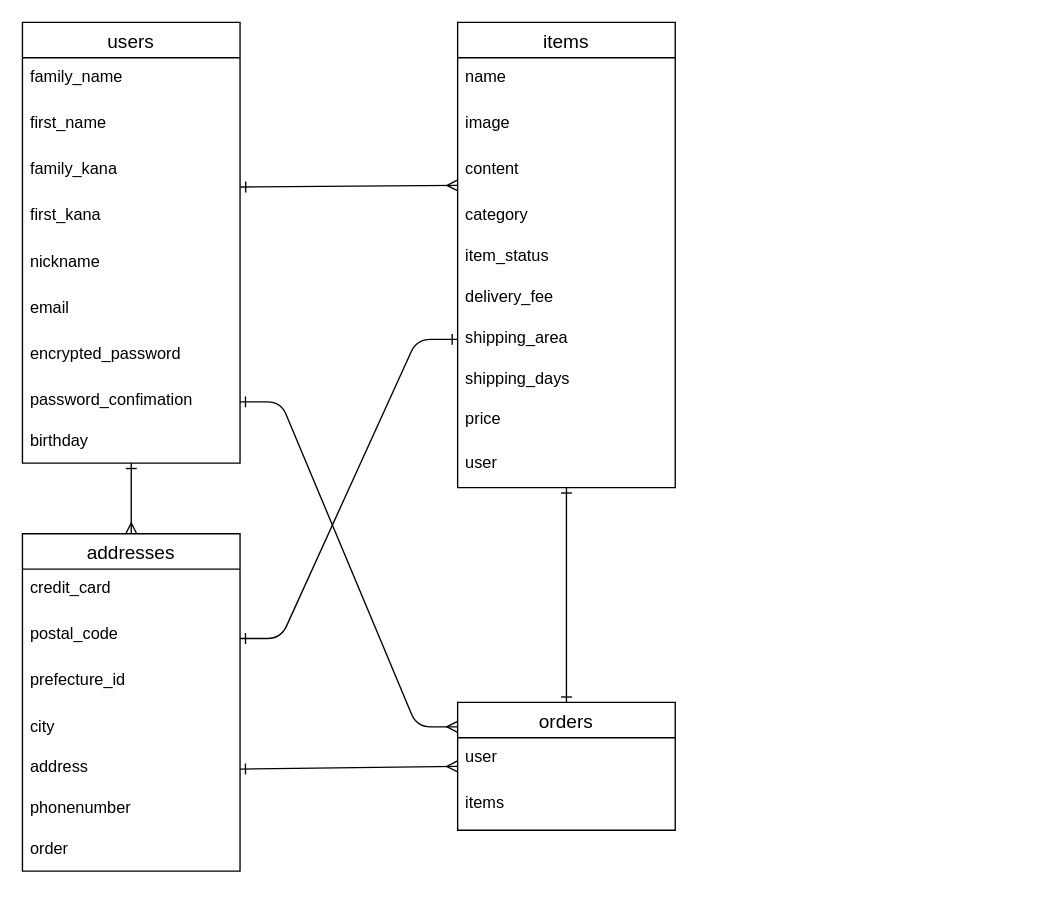
Before: test.dio in Yurika-1016/furima-33991, a draw.io diagram. Source tidied: cells renumbered, new cells numbered last; positions are measured from the earlier drawing's top-left corner, leaving out a move shared by most shapes. Both pictures are drawn from the tidied source at 136%, with x=0, y=0 at pixel (22, 22).
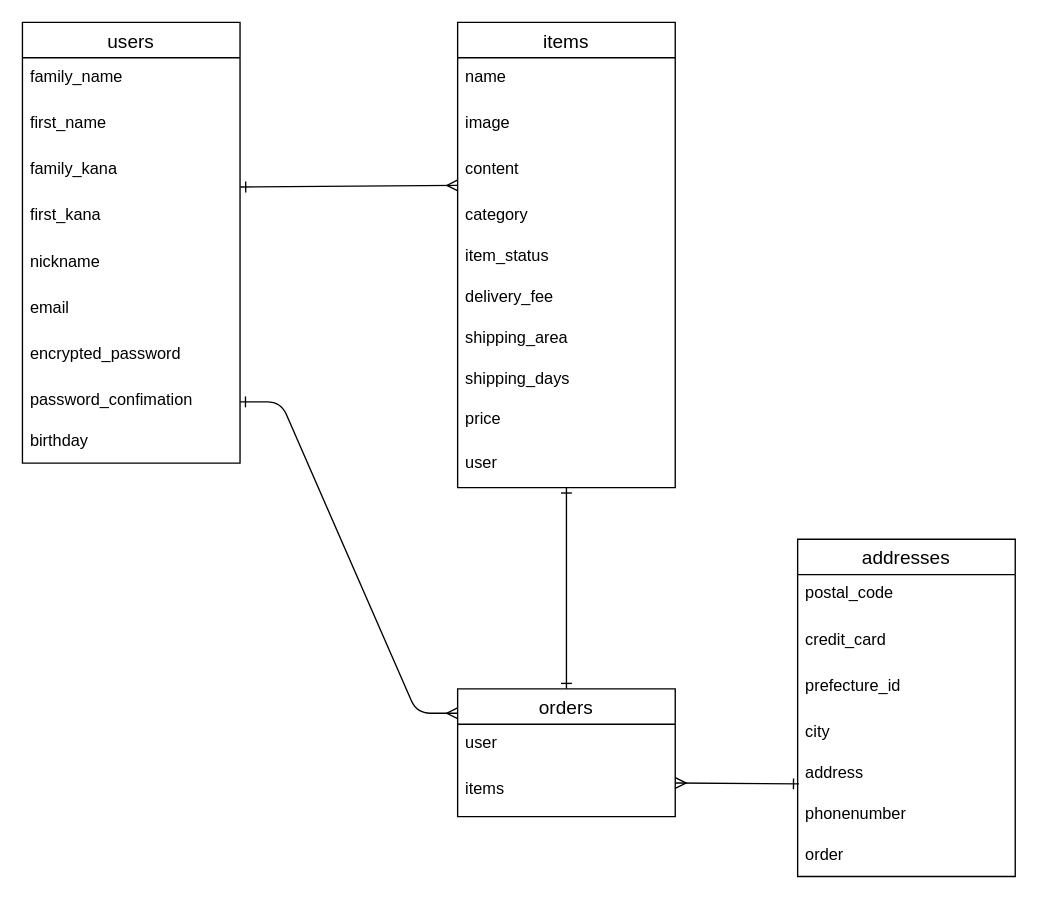
After the change.

Unchanged cells that the change refers to:
```xml
<mxCell id="4" value="users" style="swimlane;fontStyle=0;horizontal=1;startSize=26;align=center;fontSize=14;" parent="1" vertex="1">
  <mxGeometry width="160" height="324" as="geometry" />
</mxCell>
<mxCell id="23" value="shipping_area" style="text;strokeColor=none;fillColor=none;spacingLeft=4;spacingRight=4;overflow=hidden;points=[[0,0.5],[1,0.5]];portConstraint=eastwest;fontSize=12;" parent="16" vertex="1">
  <mxGeometry y="218" width="160" height="30" as="geometry" />
</mxCell>
<mxCell id="32" value="address" style="text;strokeColor=none;fillColor=none;spacingLeft=4;spacingRight=4;overflow=hidden;points=[[0,0.5],[1,0.5]];portConstraint=eastwest;fontSize=12;" parent="27" vertex="1">
  <mxGeometry y="158" width="160" height="30" as="geometry" />
</mxCell>
<mxCell id="38" value="items" style="text;strokeColor=none;fillColor=none;spacingLeft=4;spacingRight=4;overflow=hidden;points=[[0,0.5],[1,0.5]];portConstraint=eastwest;fontSize=12;" parent="36" vertex="1">
  <mxGeometry y="60" width="160" height="34" as="geometry" />
</mxCell>
```

Change to the diagram source:
```diff
@@
-    <mxCell id="3" style="edgeStyle=none;rounded=0;jettySize=auto;html=1;startArrow=ERone;startFill=0;endArrow=ERmany;endFill=0;" parent="1" edge="1" source="4" target="27">
-      <mxGeometry relative="1" as="geometry" />
-    </mxCell>
@@
     <mxCell id="27" value="addresses" style="swimlane;fontStyle=0;horizontal=1;startSize=26;align=center;fontSize=14;" parent="1" vertex="1">
-      <mxGeometry y="376" width="160" height="248" as="geometry" />
+      <mxGeometry x="570" y="380" width="160" height="248" as="geometry" />
     </mxCell>
+    <mxCell id="29" value="postal_code" style="text;strokeColor=none;fillColor=none;spacingLeft=4;spacingRight=4;overflow=hidden;points=[[0,0.5],[1,0.5]];portConstraint=eastwest;fontSize=12;" parent="27" vertex="1">
+      <mxGeometry y="26" width="160" height="34" as="geometry" />
+    </mxCell>
     <mxCell id="28" value="credit_card" style="text;strokeColor=none;fillColor=none;spacingLeft=4;spacingRight=4;overflow=hidden;fontSize=12;" parent="27" vertex="1">
-      <mxGeometry y="26" width="160" height="34" as="geometry" />
+      <mxGeometry y="60" width="160" height="34" as="geometry" />
     </mxCell>
-    <mxCell id="29" value="postal_code" style="text;strokeColor=none;fillColor=none;spacingLeft=4;spacingRight=4;overflow=hidden;points=[[0,0.5],[1,0.5]];portConstraint=eastwest;fontSize=12;" parent="27" vertex="1">
-      <mxGeometry y="60" width="160" height="34" as="geometry" />
-    </mxCell>
@@
-    <mxCell id="35" style="edgeStyle=entityRelationEdgeStyle;fontSize=12;html=1;endArrow=ERone;startArrow=ERone;startFill=0;endFill=0;exitX=1;exitY=0.5;exitDx=0;exitDy=0;" parent="1" edge="1" source="29" target="23">
-      <mxGeometry relative="1" as="geometry" />
-    </mxCell>
     <mxCell id="36" value="orders" style="swimlane;fontStyle=0;horizontal=1;startSize=26;align=center;fontSize=14;" parent="1" vertex="1">
-      <mxGeometry x="320" y="500" width="160" height="94" as="geometry" />
+      <mxGeometry x="320" y="490" width="160" height="94" as="geometry" />
     </mxCell>
@@
-    <mxCell id="39" style="endArrow=ERmany;html=1;rounded=0;startArrow=ERone;startFill=0;endFill=0;exitX=1;exitY=0.5;exitDx=0;exitDy=0;" parent="1" edge="1" source="32">
-      <mxGeometry relative="1" as="geometry">
-        <mxPoint x="320" y="547" as="targetPoint" />
-      </mxGeometry>
+    <mxCell id="39" style="endArrow=ERmany;html=1;rounded=0;startArrow=ERone;startFill=0;endFill=0;exitX=0.006;exitY=0.73;exitDx=0;exitDy=0;entryX=1;entryY=0.271;entryDx=0;entryDy=0;entryPerimeter=0;exitPerimeter=0;" parent="1" edge="1" source="32" target="38">
+      <mxGeometry relative="1" as="geometry" />
     </mxCell>
```
